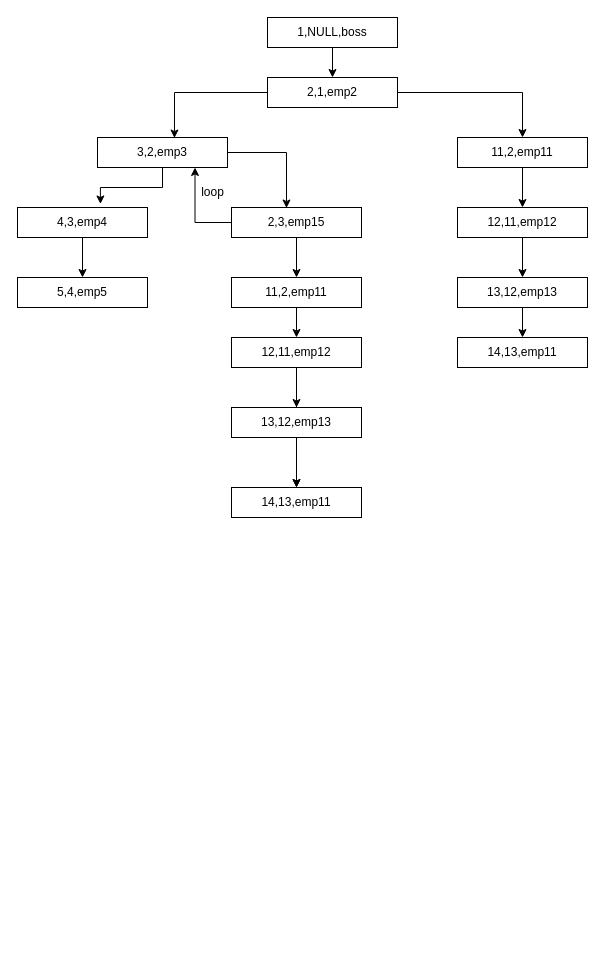
Above: 未命名绘图.drawio in Heoric/data-structure (draw.io), before the change. Source tidied: cells renumbered, new cells numbered last; positions are measured from the earlier drawing's top-left corner, leaving out a move shared by most shapes. Both pictures are drawn from the tidied source at 100%, with x=0, y=0 at pixel (17, 17).
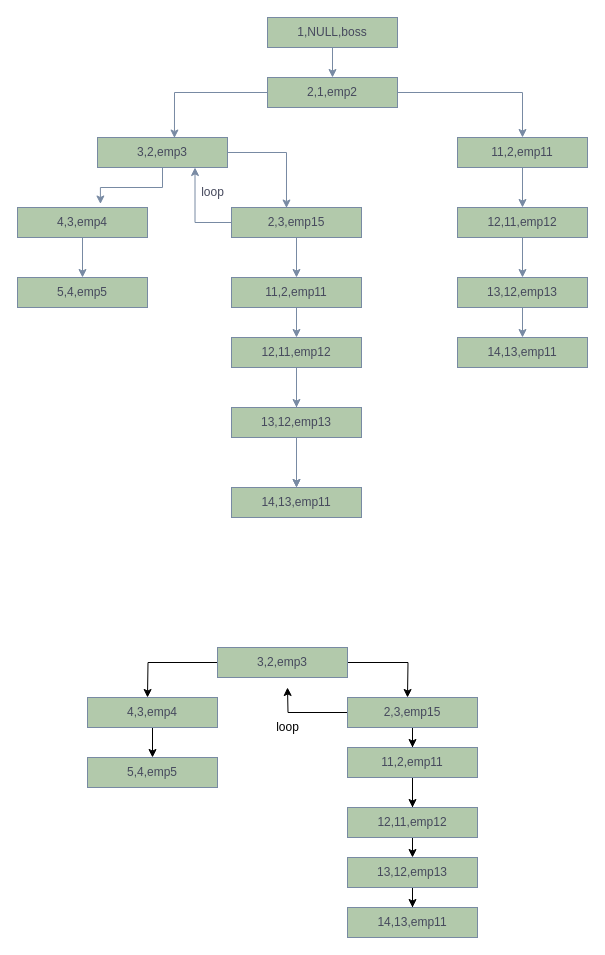
Above is the later version.

Commit message:
更新未命名绘图.drawio

What changed in the source:
```diff
@@
-    <mxCell id="2" style="edgeStyle=orthogonalEdgeStyle;rounded=0;jettySize=auto;html=1;" parent="1" edge="1" source="3" target="6">
+    <mxCell id="2" style="edgeStyle=orthogonalEdgeStyle;rounded=0;jettySize=auto;html=1;labelBackgroundColor=none;strokeColor=#788AA3;fontColor=default;" parent="1" edge="1" source="3" target="6">
       <mxGeometry relative="1" as="geometry" />
     </mxCell>
-    <mxCell id="3" value="1,NULL,boss" style="rounded=0;whiteSpace=wrap;html=1;" parent="1" vertex="1">
+    <mxCell id="3" value="1,NULL,boss" style="rounded=0;whiteSpace=wrap;html=1;labelBackgroundColor=none;fillColor=#B2C9AB;strokeColor=#788AA3;fontColor=#46495D;" parent="1" vertex="1">
       <mxGeometry x="250" width="130" height="30" as="geometry" />
     </mxCell>
-    <mxCell id="4" style="edgeStyle=orthogonalEdgeStyle;rounded=0;jettySize=auto;html=1;entryX=0.592;entryY=0.017;entryDx=0;entryDy=0;entryPerimeter=0;" parent="1" edge="1" source="6" target="11">
+    <mxCell id="4" style="edgeStyle=orthogonalEdgeStyle;rounded=0;jettySize=auto;html=1;entryX=0.592;entryY=0.017;entryDx=0;entryDy=0;entryPerimeter=0;labelBackgroundColor=none;strokeColor=#788AA3;fontColor=default;" parent="1" edge="1" source="6" target="11">
       <mxGeometry relative="1" as="geometry" />
     </mxCell>
-    <mxCell id="5" style="edgeStyle=orthogonalEdgeStyle;rounded=0;jettySize=auto;html=1;entryX=0.5;entryY=0;entryDx=0;entryDy=0;" parent="1" edge="1" source="6" target="8">
+    <mxCell id="5" style="edgeStyle=orthogonalEdgeStyle;rounded=0;jettySize=auto;html=1;entryX=0.5;entryY=0;entryDx=0;entryDy=0;labelBackgroundColor=none;strokeColor=#788AA3;fontColor=default;" parent="1" edge="1" source="6" target="8">
       <mxGeometry relative="1" as="geometry" />
     </mxCell>
-    <mxCell id="6" value="2,1,emp2" style="rounded=0;whiteSpace=wrap;html=1;" parent="1" vertex="1">
+    <mxCell id="6" value="2,1,emp2" style="rounded=0;whiteSpace=wrap;html=1;labelBackgroundColor=none;fillColor=#B2C9AB;strokeColor=#788AA3;fontColor=#46495D;" parent="1" vertex="1">
       <mxGeometry x="250" y="60" width="130" height="30" as="geometry" />
     </mxCell>
-    <mxCell id="7" style="edgeStyle=orthogonalEdgeStyle;rounded=0;jettySize=auto;html=1;exitX=0.5;exitY=1;exitDx=0;exitDy=0;entryX=0.5;entryY=0;entryDx=0;entryDy=0;" parent="1" edge="1" source="8" target="19">
+    <mxCell id="7" style="edgeStyle=orthogonalEdgeStyle;rounded=0;jettySize=auto;html=1;exitX=0.5;exitY=1;exitDx=0;exitDy=0;entryX=0.5;entryY=0;entryDx=0;entryDy=0;labelBackgroundColor=none;strokeColor=#788AA3;fontColor=default;" parent="1" edge="1" source="8" target="19">
       <mxGeometry relative="1" as="geometry" />
     </mxCell>
-    <mxCell id="8" value="11,2,emp11" style="rounded=0;whiteSpace=wrap;html=1;" parent="1" vertex="1">
+    <mxCell id="8" value="11,2,emp11" style="rounded=0;whiteSpace=wrap;html=1;labelBackgroundColor=none;fillColor=#B2C9AB;strokeColor=#788AA3;fontColor=#46495D;" parent="1" vertex="1">
       <mxGeometry x="440" y="120" width="130" height="30" as="geometry" />
     </mxCell>
-    <mxCell id="9" style="edgeStyle=orthogonalEdgeStyle;rounded=0;jettySize=auto;html=1;entryX=0.638;entryY=-0.117;entryDx=0;entryDy=0;entryPerimeter=0;" parent="1" edge="1" source="11" target="16">
+    <mxCell id="9" style="edgeStyle=orthogonalEdgeStyle;rounded=0;jettySize=auto;html=1;entryX=0.638;entryY=-0.117;entryDx=0;entryDy=0;entryPerimeter=0;labelBackgroundColor=none;strokeColor=#788AA3;fontColor=default;" parent="1" edge="1" source="11" target="16">
       <mxGeometry relative="1" as="geometry" />
     </mxCell>
-    <mxCell id="10" style="edgeStyle=orthogonalEdgeStyle;rounded=0;jettySize=auto;html=1;entryX=0.423;entryY=0.017;entryDx=0;entryDy=0;entryPerimeter=0;" parent="1" edge="1" source="11" target="14">
+    <mxCell id="10" style="edgeStyle=orthogonalEdgeStyle;rounded=0;jettySize=auto;html=1;entryX=0.423;entryY=0.017;entryDx=0;entryDy=0;entryPerimeter=0;labelBackgroundColor=none;strokeColor=#788AA3;fontColor=default;" parent="1" edge="1" source="11" target="14">
       <mxGeometry relative="1" as="geometry" />
     </mxCell>
-    <mxCell id="11" value="3,2,emp3" style="rounded=0;whiteSpace=wrap;html=1;" parent="1" vertex="1">
+    <mxCell id="11" value="3,2,emp3" style="rounded=0;whiteSpace=wrap;html=1;labelBackgroundColor=none;fillColor=#B2C9AB;strokeColor=#788AA3;fontColor=#46495D;" parent="1" vertex="1">
       <mxGeometry x="80" y="120" width="130" height="30" as="geometry" />
     </mxCell>
-    <mxCell id="12" style="edgeStyle=orthogonalEdgeStyle;rounded=0;jettySize=auto;html=1;entryX=0.75;entryY=1;entryDx=0;entryDy=0;" parent="1" edge="1" source="14" target="11">
+    <mxCell id="12" style="edgeStyle=orthogonalEdgeStyle;rounded=0;jettySize=auto;html=1;entryX=0.75;entryY=1;entryDx=0;entryDy=0;labelBackgroundColor=none;strokeColor=#788AA3;fontColor=default;" parent="1" edge="1" source="14" target="11">
       <mxGeometry relative="1" as="geometry" />
     </mxCell>
-    <mxCell id="13" style="edgeStyle=orthogonalEdgeStyle;rounded=0;jettySize=auto;html=1;exitX=0.5;exitY=1;exitDx=0;exitDy=0;entryX=0.5;entryY=0;entryDx=0;entryDy=0;" parent="1" edge="1" source="14" target="25">
+    <mxCell id="13" style="edgeStyle=orthogonalEdgeStyle;rounded=0;jettySize=auto;html=1;exitX=0.5;exitY=1;exitDx=0;exitDy=0;entryX=0.5;entryY=0;entryDx=0;entryDy=0;labelBackgroundColor=none;strokeColor=#788AA3;fontColor=default;" parent="1" edge="1" source="14" target="25">
       <mxGeometry relative="1" as="geometry" />
     </mxCell>
-    <mxCell id="14" value="2,3,emp15" style="rounded=0;whiteSpace=wrap;html=1;" parent="1" vertex="1">
+    <mxCell id="14" value="2,3,emp15" style="rounded=0;whiteSpace=wrap;html=1;labelBackgroundColor=none;fillColor=#B2C9AB;strokeColor=#788AA3;fontColor=#46495D;" parent="1" vertex="1">
       <mxGeometry x="214" y="190" width="130" height="30" as="geometry" />
     </mxCell>
-    <mxCell id="15" style="edgeStyle=orthogonalEdgeStyle;rounded=0;jettySize=auto;html=1;exitX=0.5;exitY=1;exitDx=0;exitDy=0;entryX=0.5;entryY=0;entryDx=0;entryDy=0;" parent="1" edge="1" source="16" target="17">
+    <mxCell id="15" style="edgeStyle=orthogonalEdgeStyle;rounded=0;jettySize=auto;html=1;exitX=0.5;exitY=1;exitDx=0;exitDy=0;entryX=0.5;entryY=0;entryDx=0;entryDy=0;labelBackgroundColor=none;strokeColor=#788AA3;fontColor=default;" parent="1" edge="1" source="16" target="17">
       <mxGeometry relative="1" as="geometry" />
     </mxCell>
-    <mxCell id="16" value="4,3,emp4" style="rounded=0;whiteSpace=wrap;html=1;" parent="1" vertex="1">
+    <mxCell id="16" value="4,3,emp4" style="rounded=0;whiteSpace=wrap;html=1;labelBackgroundColor=none;fillColor=#B2C9AB;strokeColor=#788AA3;fontColor=#46495D;" parent="1" vertex="1">
       <mxGeometry y="190" width="130" height="30" as="geometry" />
     </mxCell>
-    <mxCell id="17" value="5,4,emp5" style="rounded=0;whiteSpace=wrap;html=1;" parent="1" vertex="1">
+    <mxCell id="17" value="5,4,emp5" style="rounded=0;whiteSpace=wrap;html=1;labelBackgroundColor=none;fillColor=#B2C9AB;strokeColor=#788AA3;fontColor=#46495D;" parent="1" vertex="1">
       <mxGeometry y="260" width="130" height="30" as="geometry" />
     </mxCell>
-    <mxCell id="18" style="edgeStyle=orthogonalEdgeStyle;rounded=0;jettySize=auto;html=1;exitX=0.5;exitY=1;exitDx=0;exitDy=0;entryX=0.5;entryY=0;entryDx=0;entryDy=0;" parent="1" edge="1" source="19" target="21">
+    <mxCell id="18" style="edgeStyle=orthogonalEdgeStyle;rounded=0;jettySize=auto;html=1;exitX=0.5;exitY=1;exitDx=0;exitDy=0;entryX=0.5;entryY=0;entryDx=0;entryDy=0;labelBackgroundColor=none;strokeColor=#788AA3;fontColor=default;" parent="1" edge="1" source="19" target="21">
       <mxGeometry relative="1" as="geometry" />
     </mxCell>
-    <mxCell id="19" value="12,11,emp12" style="rounded=0;whiteSpace=wrap;html=1;" parent="1" vertex="1">
+    <mxCell id="19" value="12,11,emp12" style="rounded=0;whiteSpace=wrap;html=1;labelBackgroundColor=none;fillColor=#B2C9AB;strokeColor=#788AA3;fontColor=#46495D;" parent="1" vertex="1">
       <mxGeometry x="440" y="190" width="130" height="30" as="geometry" />
     </mxCell>
-    <mxCell id="20" style="edgeStyle=orthogonalEdgeStyle;rounded=0;jettySize=auto;html=1;exitX=0.5;exitY=1;exitDx=0;exitDy=0;entryX=0.5;entryY=0;entryDx=0;entryDy=0;" parent="1" edge="1" source="21" target="22">
+    <mxCell id="20" style="edgeStyle=orthogonalEdgeStyle;rounded=0;jettySize=auto;html=1;exitX=0.5;exitY=1;exitDx=0;exitDy=0;entryX=0.5;entryY=0;entryDx=0;entryDy=0;labelBackgroundColor=none;strokeColor=#788AA3;fontColor=default;" parent="1" edge="1" source="21" target="22">
       <mxGeometry relative="1" as="geometry" />
     </mxCell>
-    <mxCell id="21" value="13,12,emp13" style="rounded=0;whiteSpace=wrap;html=1;" parent="1" vertex="1">
+    <mxCell id="21" value="13,12,emp13" style="rounded=0;whiteSpace=wrap;html=1;labelBackgroundColor=none;fillColor=#B2C9AB;strokeColor=#788AA3;fontColor=#46495D;" parent="1" vertex="1">
       <mxGeometry x="440" y="260" width="130" height="30" as="geometry" />
     </mxCell>
-    <mxCell id="22" value="14,13,emp11" style="rounded=0;whiteSpace=wrap;html=1;" parent="1" vertex="1">
+    <mxCell id="22" value="14,13,emp11" style="rounded=0;whiteSpace=wrap;html=1;labelBackgroundColor=none;fillColor=#B2C9AB;strokeColor=#788AA3;fontColor=#46495D;" parent="1" vertex="1">
       <mxGeometry x="440" y="320" width="130" height="30" as="geometry" />
     </mxCell>
-    <mxCell id="23" style="edgeStyle=orthogonalEdgeStyle;rounded=0;orthogonalLoop=1;jettySize=auto;html=1;exitX=0.5;exitY=1;exitDx=0;exitDy=0;" parent="1" edge="1" source="14" target="14">
+    <mxCell id="23" style="edgeStyle=orthogonalEdgeStyle;rounded=0;orthogonalLoop=1;jettySize=auto;html=1;exitX=0.5;exitY=1;exitDx=0;exitDy=0;labelBackgroundColor=none;strokeColor=#788AA3;fontColor=default;" parent="1" edge="1" source="14" target="14">
       <mxGeometry relative="1" as="geometry" />
     </mxCell>
-    <mxCell id="24" style="edgeStyle=orthogonalEdgeStyle;rounded=0;jettySize=auto;html=1;exitX=0.5;exitY=1;exitDx=0;exitDy=0;entryX=0.5;entryY=0;entryDx=0;entryDy=0;" parent="1" edge="1" source="25" target="28">
+    <mxCell id="24" style="edgeStyle=orthogonalEdgeStyle;rounded=0;jettySize=auto;html=1;exitX=0.5;exitY=1;exitDx=0;exitDy=0;entryX=0.5;entryY=0;entryDx=0;entryDy=0;labelBackgroundColor=none;strokeColor=#788AA3;fontColor=default;" parent="1" edge="1" source="25" target="28">
       <mxGeometry relative="1" as="geometry" />
     </mxCell>
-    <mxCell id="25" value="11,2,emp11" style="rounded=0;whiteSpace=wrap;html=1;" parent="1" vertex="1">
+    <mxCell id="25" value="11,2,emp11" style="rounded=0;whiteSpace=wrap;html=1;labelBackgroundColor=none;fillColor=#B2C9AB;strokeColor=#788AA3;fontColor=#46495D;" parent="1" vertex="1">
       <mxGeometry x="214" y="260" width="130" height="30" as="geometry" />
     </mxCell>
-    <mxCell id="26" style="edgeStyle=orthogonalEdgeStyle;rounded=0;jettySize=auto;html=1;" parent="1" edge="1" source="28" target="31">
+    <mxCell id="26" style="edgeStyle=orthogonalEdgeStyle;rounded=0;jettySize=auto;html=1;labelBackgroundColor=none;strokeColor=#788AA3;fontColor=default;" parent="1" edge="1" source="28" target="31">
       <mxGeometry relative="1" as="geometry" />
     </mxCell>
-    <mxCell id="27" style="edgeStyle=orthogonalEdgeStyle;rounded=0;jettySize=auto;html=1;exitX=0.5;exitY=1;exitDx=0;exitDy=0;" parent="1" edge="1" source="28">
+    <mxCell id="27" style="edgeStyle=orthogonalEdgeStyle;rounded=0;jettySize=auto;html=1;exitX=0.5;exitY=1;exitDx=0;exitDy=0;labelBackgroundColor=none;strokeColor=#788AA3;fontColor=default;" parent="1" edge="1" source="28">
       <mxGeometry relative="1" as="geometry">
         <mxPoint x="279" y="390" as="targetPoint" />
       </mxGeometry>
     </mxCell>
-    <mxCell id="28" value="12,11,emp12" style="rounded=0;whiteSpace=wrap;html=1;" parent="1" vertex="1">
+    <mxCell id="28" value="12,11,emp12" style="rounded=0;whiteSpace=wrap;html=1;labelBackgroundColor=none;fillColor=#B2C9AB;strokeColor=#788AA3;fontColor=#46495D;" parent="1" vertex="1">
       <mxGeometry x="214" y="320" width="130" height="30" as="geometry" />
     </mxCell>
-    <mxCell id="29" style="edgeStyle=orthogonalEdgeStyle;rounded=0;jettySize=auto;html=1;" parent="1" edge="1" source="30" target="31">
+    <mxCell id="29" style="edgeStyle=orthogonalEdgeStyle;rounded=0;jettySize=auto;html=1;labelBackgroundColor=none;strokeColor=#788AA3;fontColor=default;" parent="1" edge="1" source="30" target="31">
       <mxGeometry relative="1" as="geometry" />
     </mxCell>
-    <mxCell id="30" value="13,12,emp13" style="rounded=0;whiteSpace=wrap;html=1;" parent="1" vertex="1">
+    <mxCell id="30" value="13,12,emp13" style="rounded=0;whiteSpace=wrap;html=1;labelBackgroundColor=none;fillColor=#B2C9AB;strokeColor=#788AA3;fontColor=#46495D;" parent="1" vertex="1">
       <mxGeometry x="214" y="390" width="130" height="30" as="geometry" />
     </mxCell>
-    <mxCell id="31" value="14,13,emp11" style="rounded=0;whiteSpace=wrap;html=1;" parent="1" vertex="1">
+    <mxCell id="31" value="14,13,emp11" style="rounded=0;whiteSpace=wrap;html=1;labelBackgroundColor=none;fillColor=#B2C9AB;strokeColor=#788AA3;fontColor=#46495D;" parent="1" vertex="1">
       <mxGeometry x="214" y="470" width="130" height="30" as="geometry" />
     </mxCell>
-    <mxCell id="32" value="loop" style="text;html=1;align=center;verticalAlign=middle;strokeColor=none;fillColor=none;" parent="1" vertex="1">
+    <mxCell id="32" value="loop" style="text;html=1;align=center;verticalAlign=middle;strokeColor=none;fillColor=none;labelBackgroundColor=none;fontColor=#46495D;" parent="1" vertex="1">
       <mxGeometry x="170" y="160" width="50" height="30" as="geometry" />
     </mxCell>
+    <mxCell id="33" style="edgeStyle=orthogonalEdgeStyle;rounded=0;jettySize=auto;html=1;" parent="1" edge="1" source="35">
+      <mxGeometry relative="1" as="geometry">
+        <mxPoint x="130" y="680" as="targetPoint" />
+      </mxGeometry>
+    </mxCell>
+    <mxCell id="34" style="edgeStyle=orthogonalEdgeStyle;rounded=0;jettySize=auto;html=1;" parent="1" edge="1" source="35">
+      <mxGeometry relative="1" as="geometry">
+        <mxPoint x="390" y="680" as="targetPoint" />
+      </mxGeometry>
+    </mxCell>
+    <mxCell id="35" value="3,2,emp3" style="rounded=0;whiteSpace=wrap;html=1;labelBackgroundColor=none;fillColor=#B2C9AB;strokeColor=#788AA3;fontColor=#46495D;" parent="1" vertex="1">
+      <mxGeometry x="200" y="630" width="130" height="30" as="geometry" />
+    </mxCell>
+    <mxCell id="36" style="edgeStyle=orthogonalEdgeStyle;rounded=0;jettySize=auto;html=1;entryX=0.5;entryY=0;entryDx=0;entryDy=0;" parent="1" edge="1" source="37" target="42">
+      <mxGeometry relative="1" as="geometry" />
+    </mxCell>
+    <mxCell id="37" value="4,3,emp4" style="rounded=0;whiteSpace=wrap;html=1;labelBackgroundColor=none;fillColor=#B2C9AB;strokeColor=#788AA3;fontColor=#46495D;" parent="1" vertex="1">
+      <mxGeometry x="70" y="680" width="130" height="30" as="geometry" />
+    </mxCell>
+    <mxCell id="38" style="edgeStyle=orthogonalEdgeStyle;rounded=0;jettySize=auto;html=1;" parent="1" edge="1" source="41" target="45">
+      <mxGeometry relative="1" as="geometry" />
+    </mxCell>
+    <mxCell id="39" style="edgeStyle=orthogonalEdgeStyle;rounded=0;jettySize=auto;html=1;exitX=0.5;exitY=1;exitDx=0;exitDy=0;" parent="1" edge="1" source="41">
+      <mxGeometry relative="1" as="geometry">
+        <mxPoint x="395" y="730" as="targetPoint" />
+      </mxGeometry>
+    </mxCell>
+    <mxCell id="40" style="edgeStyle=orthogonalEdgeStyle;rounded=0;jettySize=auto;html=1;" parent="1" edge="1" source="41">
+      <mxGeometry relative="1" as="geometry">
+        <mxPoint x="270" y="670" as="targetPoint" />
+      </mxGeometry>
+    </mxCell>
+    <mxCell id="41" value="2,3,emp15" style="rounded=0;whiteSpace=wrap;html=1;labelBackgroundColor=none;fillColor=#B2C9AB;strokeColor=#788AA3;fontColor=#46495D;" parent="1" vertex="1">
+      <mxGeometry x="330" y="680" width="130" height="30" as="geometry" />
+    </mxCell>
+    <mxCell id="42" value="5,4,emp5" style="rounded=0;whiteSpace=wrap;html=1;labelBackgroundColor=none;fillColor=#B2C9AB;strokeColor=#788AA3;fontColor=#46495D;" parent="1" vertex="1">
+      <mxGeometry x="70" y="740" width="130" height="30" as="geometry" />
+    </mxCell>
+    <mxCell id="43" style="edgeStyle=orthogonalEdgeStyle;rounded=0;jettySize=auto;html=1;" parent="1" edge="1" source="44" target="47">
+      <mxGeometry relative="1" as="geometry" />
+    </mxCell>
+    <mxCell id="44" value="11,2,emp11" style="rounded=0;whiteSpace=wrap;html=1;labelBackgroundColor=none;fillColor=#B2C9AB;strokeColor=#788AA3;fontColor=#46495D;" parent="1" vertex="1">
+      <mxGeometry x="330" y="730" width="130" height="30" as="geometry" />
+    </mxCell>
+    <mxCell id="45" value="12,11,emp12" style="rounded=0;whiteSpace=wrap;html=1;labelBackgroundColor=none;fillColor=#B2C9AB;strokeColor=#788AA3;fontColor=#46495D;" parent="1" vertex="1">
+      <mxGeometry x="330" y="790" width="130" height="30" as="geometry" />
+    </mxCell>
+    <mxCell id="46" style="edgeStyle=orthogonalEdgeStyle;rounded=0;jettySize=auto;html=1;" parent="1" edge="1" source="47" target="48">
+      <mxGeometry relative="1" as="geometry" />
+    </mxCell>
+    <mxCell id="47" value="13,12,emp13" style="rounded=0;whiteSpace=wrap;html=1;labelBackgroundColor=none;fillColor=#B2C9AB;strokeColor=#788AA3;fontColor=#46495D;" parent="1" vertex="1">
+      <mxGeometry x="330" y="840" width="130" height="30" as="geometry" />
+    </mxCell>
+    <mxCell id="48" value="14,13,emp11" style="rounded=0;whiteSpace=wrap;html=1;labelBackgroundColor=none;fillColor=#B2C9AB;strokeColor=#788AA3;fontColor=#46495D;" parent="1" vertex="1">
+      <mxGeometry x="330" y="890" width="130" height="30" as="geometry" />
+    </mxCell>
+    <mxCell id="49" value="loop" style="text;html=1;align=center;verticalAlign=middle;strokeColor=none;fillColor=none;" parent="1" vertex="1">
+      <mxGeometry x="245" y="695" width="50" height="30" as="geometry" />
+    </mxCell>
```
